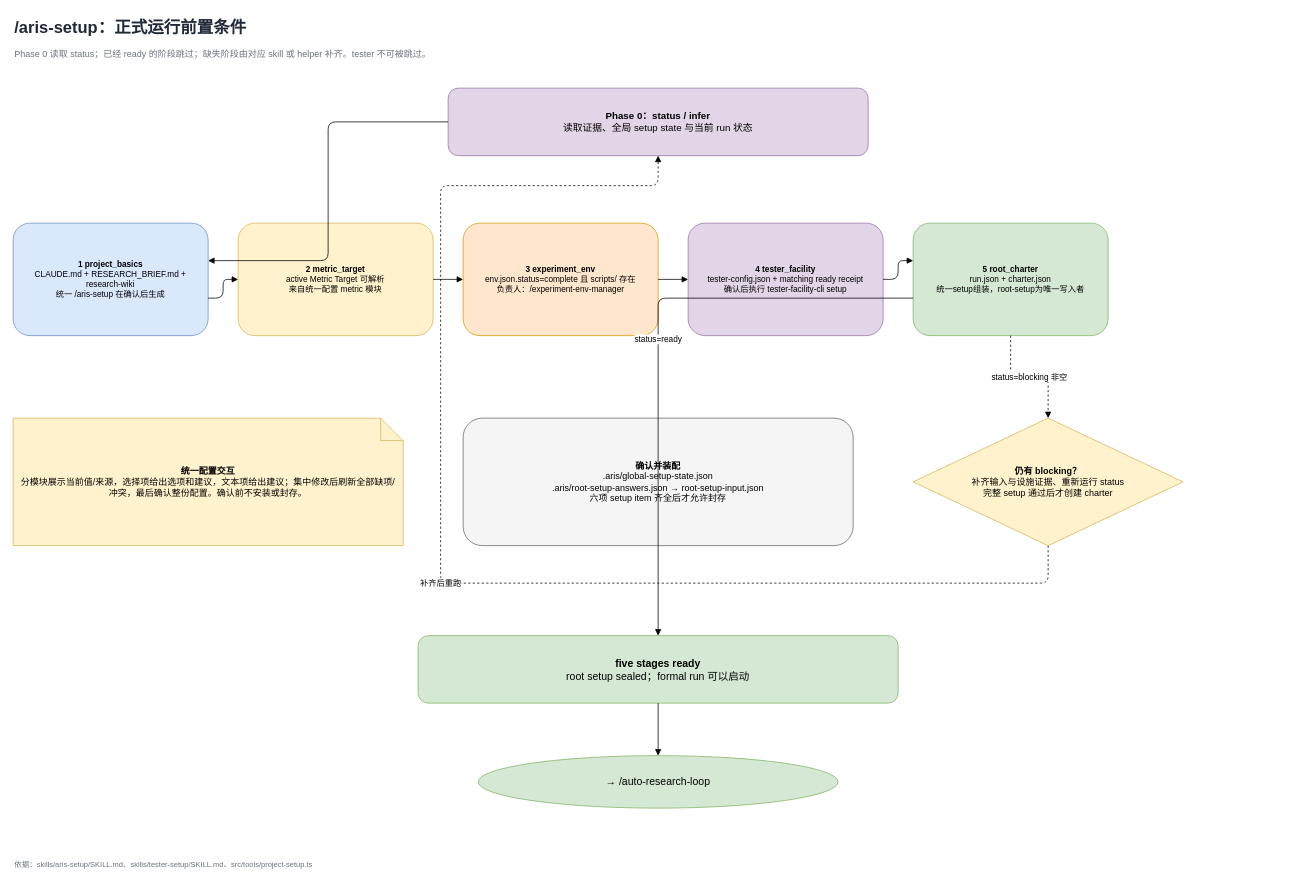
This is page "01 /aris-setup 五阶段" (2 of 6) of packages/Auto-claude-code-research-in-sleep/docs/auto-research-loop-and-skills-flow.drawio from justforyou16007/paseo, a draw.io file, before an edit. Source tidied: cells renumbered, new cells numbered last; positions are measured from the earlier drawing's top-left corner, leaving out a move shared by most shapes. Both pictures are drawn from the tidied source at 75%, with x=0, y=0 at pixel (13, 13).
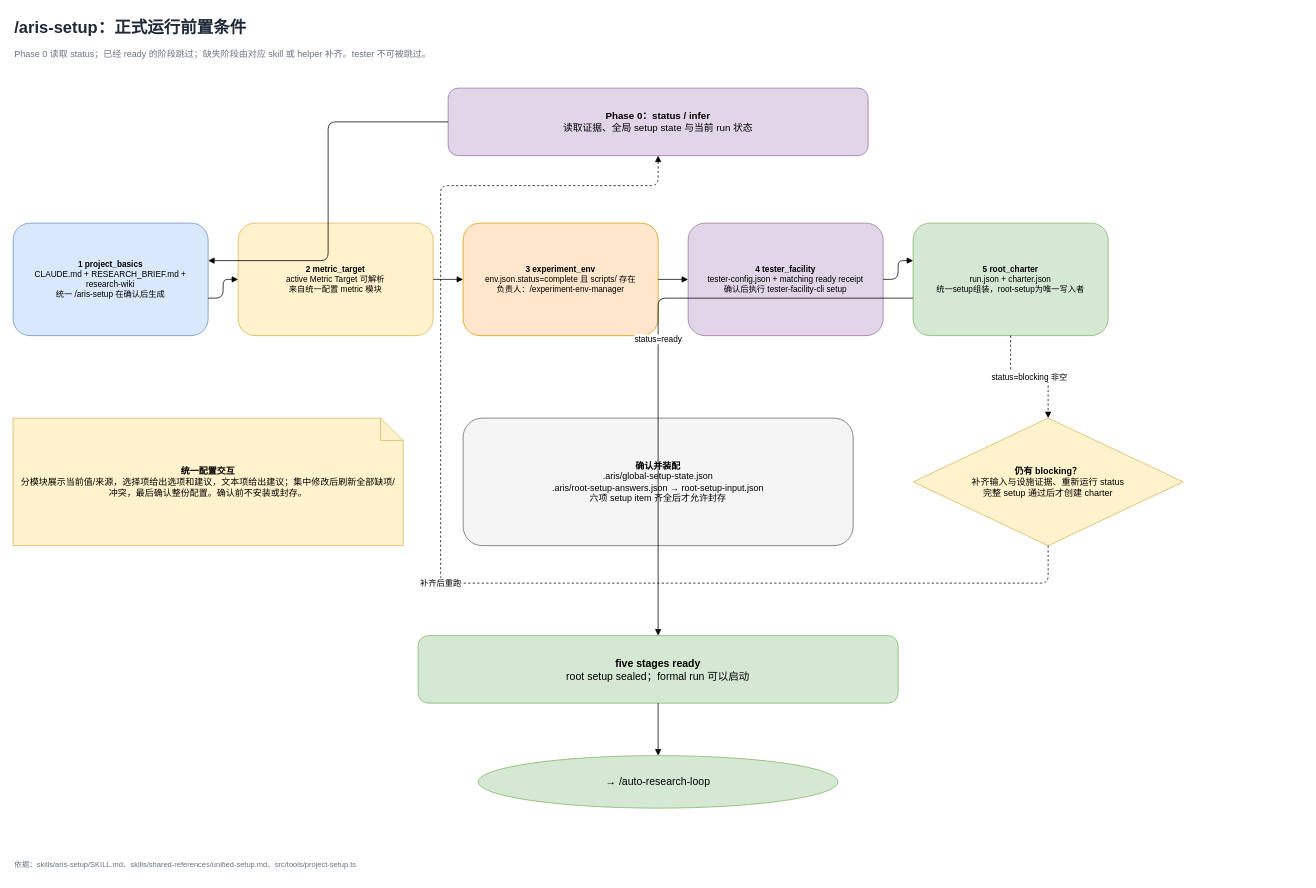
The same page after the edit.

What changed in the source:
```diff
@@
-    <mxCell id="24" value="依据：skills/aris-setup/SKILL.md、skills/tester-setup/SKILL.md、src/tools/project-setup.ts" style="text;html=1;align=left;verticalAlign=middle;fontSize=10;fontColor=#6b7280;" parent="1" vertex="1">
+    <mxCell id="24" value="依据：skills/aris-setup/SKILL.md、skills/shared-references/unified-setup.md、src/tools/project-setup.ts" style="text;html=1;align=left;verticalAlign=middle;fontSize=10;fontColor=#6b7280;" parent="1" vertex="1">
       <mxGeometry y="1120" width="1720" height="30" as="geometry" />
     </mxCell>
```
